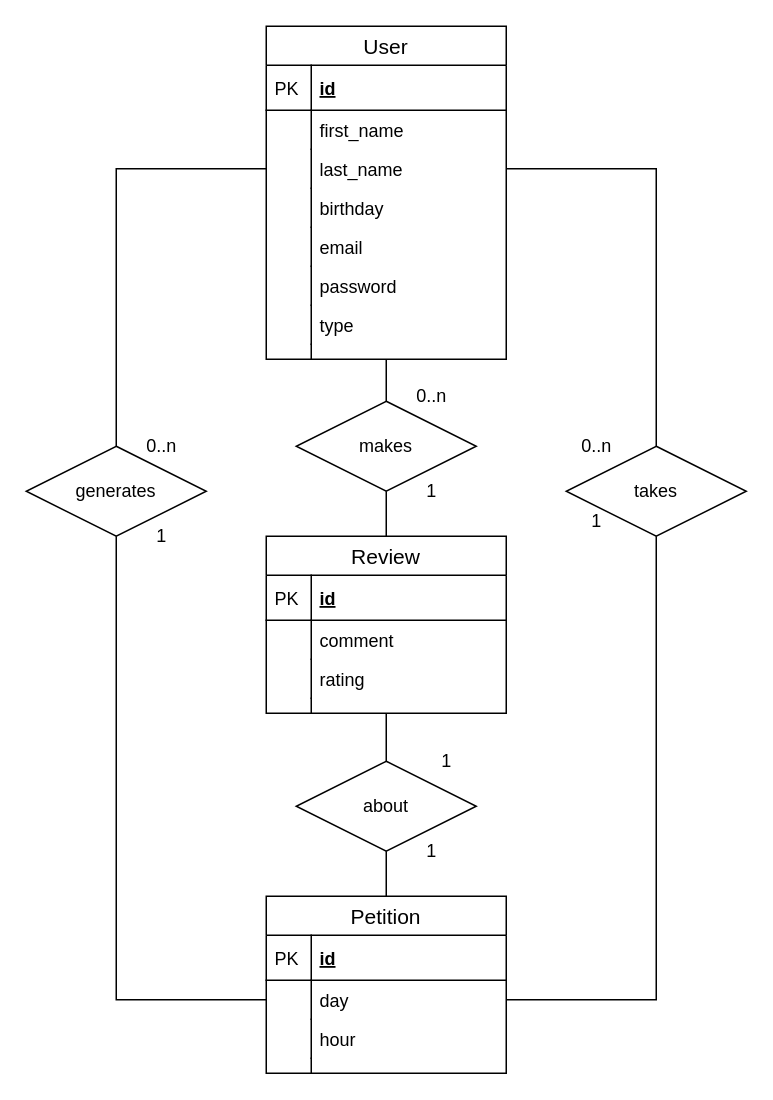
The draw.io diagram db.drawio in lucasca95/globhack2020_DB, before the edit. Source tidied: cells renumbered, new cells numbered last; positions are measured from the earlier drawing's top-left corner, leaving out a move shared by most shapes. Both pictures are drawn from the tidied source at 150%, with x=0, y=0 at pixel (26, 26).
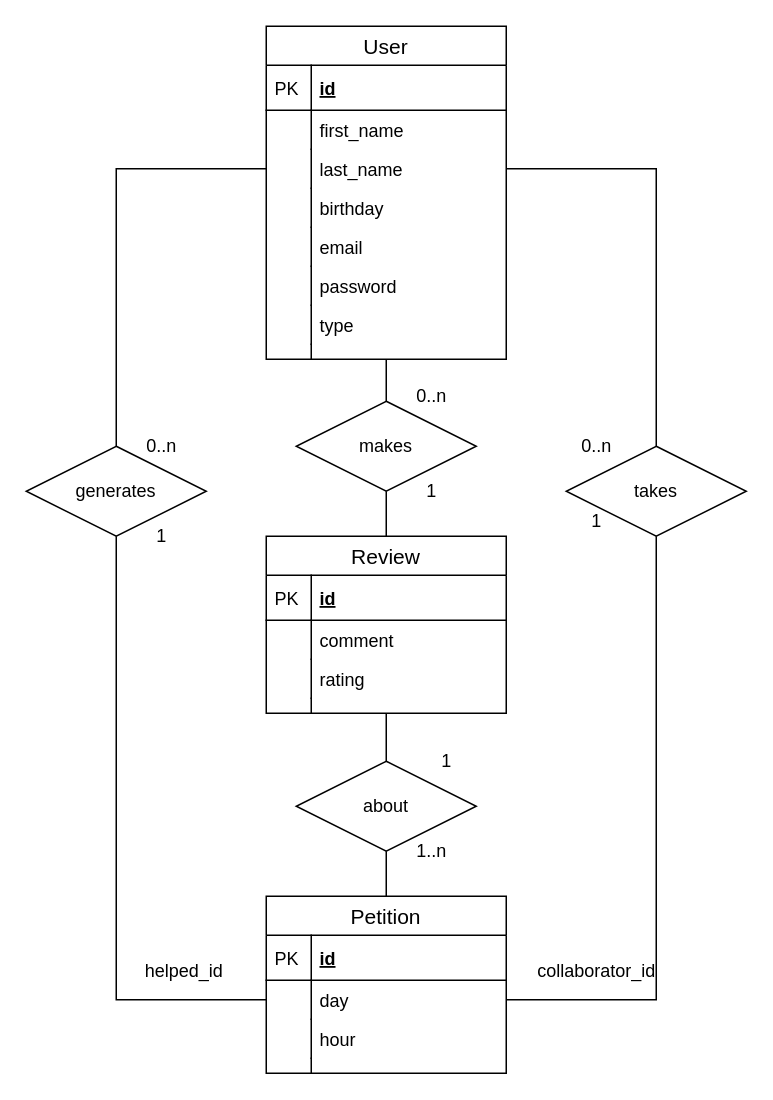
The same diagram, later.

What changed in the source:
```diff
@@
-    <mxCell id="51" value="1" style="text;html=1;align=center;verticalAlign=middle;" parent="1" vertex="1">
-      <mxGeometry x="260" y="540" width="20" height="20" as="geometry" />
+    <mxCell id="51" value="1..n" style="text;html=1;align=center;verticalAlign=middle;" parent="1" vertex="1">
+      <mxGeometry x="250" y="540" width="40" height="20" as="geometry" />
     </mxCell>
@@
+    <mxCell id="57" value="helped_id" style="text;html=1;align=center;verticalAlign=middle;" parent="1" vertex="1">
+      <mxGeometry x="70" y="620" width="70" height="20" as="geometry" />
+    </mxCell>
+    <mxCell id="58" value="collaborator_id" style="text;html=1;align=center;verticalAlign=middle;" parent="1" vertex="1">
+      <mxGeometry x="335" y="620" width="90" height="20" as="geometry" />
+    </mxCell>
```
